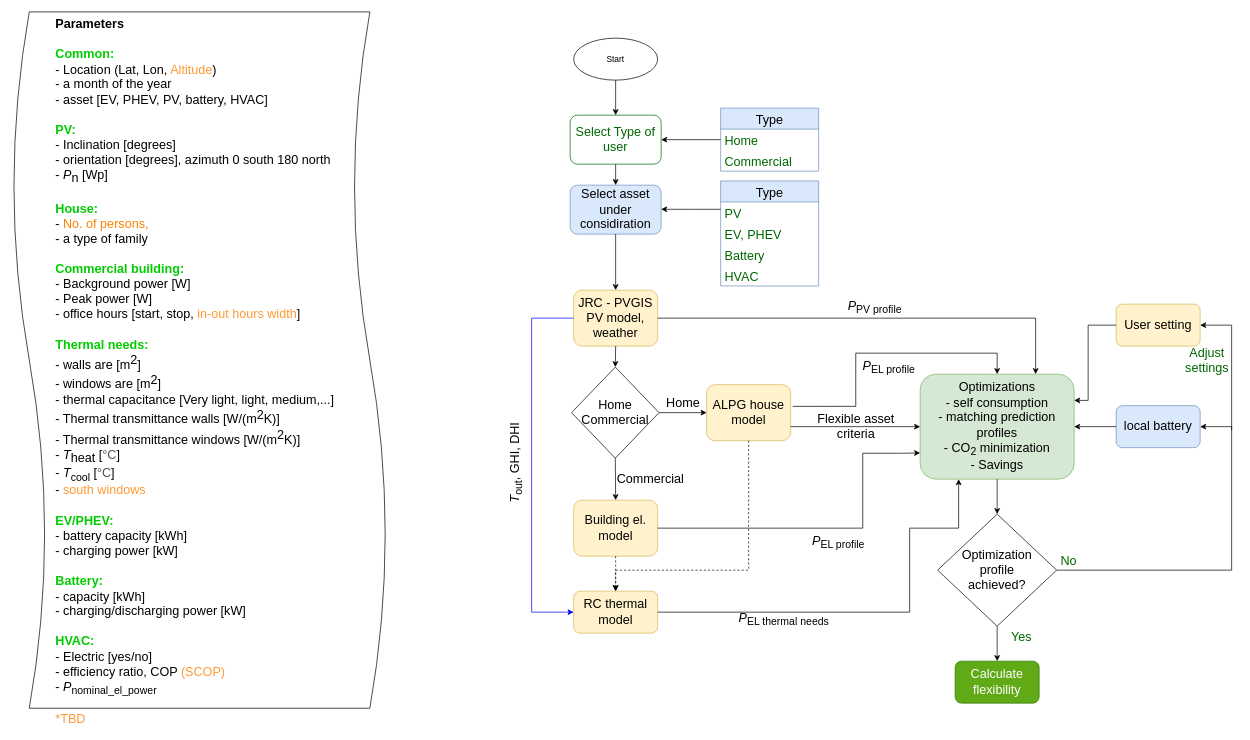
MATRYCS/S2.1_FlexibilityCalculator keeps this draw.io diagram as page "Program flow - final" (4 of 6) of catalogues.drawio. Above is the earlier version. Source tidied: cells renumbered, new cells numbered last; positions are measured from the earlier drawing's top-left corner, leaving out a move shared by most shapes. Both pictures are drawn from the tidied source at 70%, with x=0, y=0 at pixel (-149, 38).
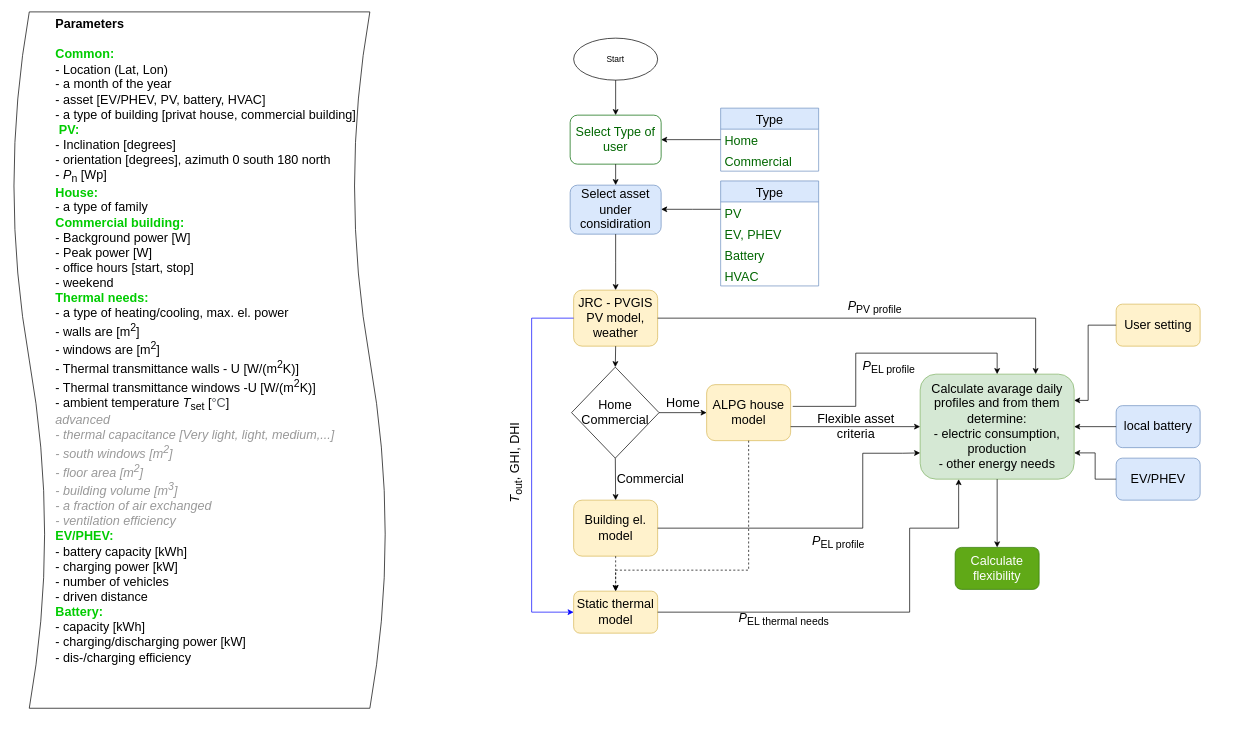
After the change.

Commit message (it also covers changes not shown here):
- fixed bugs - finalisedd the UI and flexibility calculation according to building type - readme enhanced and figures redrawn to reflect the latest version of software

Unchanged cells that the change refers to:
```xml
<mxCell id="6" value="local battery" style="rounded=1;whiteSpace=wrap;html=1;fontSize=18;strokeColor=#6c8ebf;fillColor=#dae8fc;" parent="1" vertex="1">
  <mxGeometry x="1807" y="525" width="120" height="60" as="geometry" />
</mxCell>
<mxCell id="20" value="User setting" style="rounded=1;whiteSpace=wrap;html=1;fontSize=18;strokeColor=#d6b656;fillColor=#fff2cc;" parent="1" vertex="1">
  <mxGeometry x="1807" y="380" width="120" height="60" as="geometry" />
</mxCell>
```

Diff of the diagram source:
```diff
@@
-    <mxCell id="5" value="Optimizations&lt;br&gt;- self consumption&lt;br&gt;- matching prediction profiles&lt;br&gt;- CO&lt;sub&gt;2&lt;/sub&gt; minimization&lt;br&gt;- Savings" style="rounded=1;whiteSpace=wrap;html=1;fontSize=18;strokeColor=#82b366;fillColor=#d5e8d4;" parent="1" vertex="1">
+    <mxCell id="5" value="Calculate avarage daily profiles and from them determine:&lt;br&gt;- electric consumption, production &lt;br&gt;- other energy needs&lt;br&gt;" style="rounded=1;whiteSpace=wrap;html=1;fontSize=18;strokeColor=#82b366;fillColor=#d5e8d4;" parent="1" vertex="1">
       <mxGeometry x="1527" y="480" width="220" height="150" as="geometry" />
     </mxCell>
@@
-    <mxCell id="14" value="Optimization &lt;br&gt;profile&lt;br&gt;achieved?" style="rhombus;whiteSpace=wrap;html=1;fontSize=18;" parent="1" vertex="1">
-      <mxGeometry x="1552" y="680" width="170" height="160" as="geometry" />
-    </mxCell>
-    <mxCell id="15" style="endArrow=classic;html=1;rounded=0;labelBackgroundColor=none;fontSize=18;fontColor=#006600;exitX=0.5;exitY=1;exitDx=0;exitDy=0;entryX=0.5;entryY=0;entryDx=0;entryDy=0;" parent="1" edge="1" source="5" target="14">
+    <mxCell id="15" style="endArrow=classic;html=1;rounded=0;labelBackgroundColor=none;fontSize=18;fontColor=#006600;exitX=0.5;exitY=1;exitDx=0;exitDy=0;entryX=0.5;entryY=0;entryDx=0;entryDy=0;" parent="1" edge="1" source="5" target="45">
       <mxGeometry relative="1" as="geometry" />
     </mxCell>
-    <mxCell id="16" value="Yes" style="text;html=1;strokeColor=none;fillColor=none;align=center;verticalAlign=middle;whiteSpace=wrap;rounded=0;fontSize=18;fontColor=#006600;" parent="1" vertex="1">
-      <mxGeometry x="1642" y="840" width="60" height="30" as="geometry" />
-    </mxCell>
-    <mxCell id="17" value="No" style="text;strokeColor=none;fillColor=none;align=left;verticalAlign=middle;spacingLeft=4;spacingRight=4;overflow=hidden;fontSize=18;fontColor=#006600;" parent="1" vertex="1">
-      <mxGeometry x="1722" y="730" width="80" height="30" as="geometry" />
-    </mxCell>
-    <mxCell id="18" style="endArrow=classic;html=1;rounded=0;labelBackgroundColor=none;fontSize=18;fontColor=#006600;entryX=1;entryY=0.5;entryDx=0;entryDy=0;edgeStyle=orthogonalEdgeStyle;exitX=1;exitY=0.5;exitDx=0;exitDy=0;" parent="1" edge="1" source="14" target="6">
-      <mxGeometry relative="1" as="geometry">
-        <Array as="points">
-          <mxPoint x="1972" y="760" />
-          <mxPoint x="1972" y="555" />
-        </Array>
-      </mxGeometry>
-    </mxCell>
-    <mxCell id="19" value="Adjust settings" style="text;html=1;strokeColor=none;fillColor=none;align=center;verticalAlign=middle;whiteSpace=wrap;rounded=0;fontSize=18;fontColor=#006600;" parent="1" vertex="1">
-      <mxGeometry x="1907" y="446" width="60" height="30" as="geometry" />
-    </mxCell>
@@
-    <mxCell id="22" style="endArrow=classic;html=1;rounded=0;labelBackgroundColor=none;fontSize=18;fontColor=#006600;entryX=1;entryY=0.5;entryDx=0;entryDy=0;edgeStyle=orthogonalEdgeStyle;" parent="1" edge="1" target="20">
-      <mxGeometry relative="1" as="geometry">
-        <mxPoint x="1972" y="560" as="sourcePoint" />
-        <Array as="points">
-          <mxPoint x="1972" y="550" />
-          <mxPoint x="1972" y="410" />
-        </Array>
-      </mxGeometry>
-    </mxCell>
-    <mxCell id="23" value="&lt;font style=&quot;&quot;&gt;&lt;b style=&quot;font-size: 18px;&quot;&gt;Parameters&lt;/b&gt;&lt;br&gt;&lt;br&gt;&lt;font style=&quot;font-size: 18px; font-weight: bold;&quot; color=&quot;#00cc00&quot;&gt;Common:&lt;br&gt;&lt;/font&gt;- Location (Lat, Lon, &lt;font style=&quot;font-size: 18px;&quot; color=&quot;#ff9933&quot;&gt;Altitude&lt;/font&gt;)&lt;br&gt;- a month of the year&lt;br&gt;- asset [EV, PHEV, PV, battery, HVAC]&amp;nbsp;&lt;br&gt;&amp;nbsp;&lt;br&gt;&lt;font style=&quot;font-size: 18px; font-weight: bold;&quot; color=&quot;#00cc00&quot;&gt;PV:&lt;br&gt;&lt;/font&gt;- Inclination [degrees]&lt;br&gt;- orientation [degrees], azimuth 0 south 180 north&lt;br&gt;- &lt;i style=&quot;font-size: 18px;&quot;&gt;P&lt;/i&gt;&lt;sub style=&quot;font-size: 18px;&quot;&gt;n&lt;/sub&gt; [Wp]&amp;nbsp;&lt;br&gt;&lt;br&gt;&lt;font style=&quot;font-size: 18px; font-weight: bold;&quot; color=&quot;#00cc00&quot;&gt;House:&lt;br&gt;&lt;/font&gt;- &lt;font color=&quot;#ff8000&quot;&gt;No. of persons, &lt;/font&gt;&lt;br&gt;- a type of family&lt;br&gt;&lt;br&gt;&lt;font style=&quot;font-size: 18px; font-weight: bold;&quot; color=&quot;#00cc00&quot;&gt;Commercial building:&lt;br&gt;&lt;/font&gt;- Background power [W]&lt;br&gt;- Peak power [W]&lt;br&gt;- office hours [start, stop, &lt;font style=&quot;font-size: 18px;&quot; color=&quot;#ff9933&quot;&gt;in-out hours width&lt;/font&gt;]&amp;nbsp;&lt;br&gt;&lt;br&gt;&lt;font style=&quot;font-size: 18px; font-weight: bold;&quot; color=&quot;#00cc00&quot;&gt;Thermal needs:&lt;br&gt;&lt;/font&gt;- walls are [m&lt;sup style=&quot;font-size: 18px;&quot;&gt;2&lt;/sup&gt;]&lt;br&gt;- windows are [m&lt;sup style=&quot;font-size: 18px;&quot;&gt;2&lt;/sup&gt;]&lt;br&gt;- thermal capacitance [Very light, light, medium,...]&lt;br&gt;- Thermal transmittance walls [W/(m&lt;sup style=&quot;font-size: 18px;&quot;&gt;2&lt;/sup&gt;K)]&lt;br&gt;- Thermal transmittance windows [W/(m&lt;sup style=&quot;font-size: 18px;&quot;&gt;2&lt;/sup&gt;K)]&lt;br&gt;- &lt;i&gt;T&lt;/i&gt;&lt;sub style=&quot;font-size: 18px;&quot;&gt;heat&lt;/sub&gt;&amp;nbsp;[&lt;span style=&quot;color: rgb(77, 81, 86); font-family: arial, sans-serif;&quot;&gt;&lt;font style=&quot;font-size: 18px;&quot;&gt;°C&lt;/font&gt;&lt;/span&gt;]&lt;br&gt;- &lt;i&gt;T&lt;/i&gt;&lt;sub&gt;cool&lt;/sub&gt;&amp;nbsp;[&lt;span style=&quot;color: rgb(77, 81, 86); font-family: arial, sans-serif;&quot;&gt;°C&lt;/span&gt;]&lt;br&gt;- &lt;font style=&quot;font-size: 18px;&quot; color=&quot;#ff9933&quot;&gt;south windows&lt;br&gt;&lt;/font&gt;&lt;br&gt;&lt;font style=&quot;font-size: 18px; font-weight: bold;&quot; color=&quot;#00cc00&quot;&gt;EV/PHEV:&lt;br&gt;&lt;/font&gt;- battery capacity [kWh]&lt;br&gt;- charging power [kW]&lt;br&gt;&lt;br&gt;&lt;font style=&quot;font-size: 18px; font-weight: bold;&quot; color=&quot;#00cc00&quot;&gt;Battery:&lt;br&gt;&lt;/font&gt;- capacity [kWh]&lt;br&gt;- charging/discharging power [kW]&lt;br&gt;&lt;br&gt;&lt;font style=&quot;font-size: 18px; font-weight: bold;&quot; color=&quot;#00cc00&quot;&gt;HVAC:&lt;br&gt;&lt;/font&gt;- Electric [yes/no]&lt;br&gt;- efficiency ratio, COP &lt;font style=&quot;font-size: 18px;&quot;&gt;&lt;font color=&quot;#ff9933&quot;&gt;(SCOP)&lt;/font&gt;&lt;br&gt;- &lt;/font&gt;&lt;font style=&quot;font-size: 18px;&quot;&gt;&lt;i&gt;P&lt;/i&gt;&lt;sub&gt;nominal_el_power&lt;/sub&gt;&lt;br&gt;&lt;/font&gt;&lt;br&gt;&lt;font color=&quot;#ff9933&quot;&gt;*TBD&lt;/font&gt;&lt;br&gt;&lt;/font&gt;" style="shape=tape;whiteSpace=wrap;html=1;rotation=90;size=0.09090909090909091;align=left;verticalAlign=top;horizontal=0;fontSize=18;spacingLeft=60;" parent="1" vertex="1">
+    <mxCell id="23" value="&lt;font style=&quot;font-size: 18px;&quot;&gt;&lt;b style=&quot;&quot;&gt;Parameters&lt;br&gt;&lt;/b&gt;&lt;br&gt;&lt;font style=&quot;font-size: 18px; font-weight: bold;&quot; color=&quot;#00cc00&quot;&gt;Common:&lt;br&gt;&lt;/font&gt;- Location (Lat, Lon)&lt;br&gt;- a month of the year&lt;br&gt;- asset [EV/PHEV, PV, battery, HVAC]&lt;br&gt;- a type of building [privat house, commercial building]&amp;nbsp;&lt;br&gt;&amp;nbsp;&lt;font style=&quot;font-size: 18px; font-weight: bold;&quot; color=&quot;#00cc00&quot;&gt;PV:&lt;br&gt;&lt;/font&gt;- Inclination [degrees]&lt;br&gt;- orientation [degrees], azimuth 0 south 180 north&lt;br&gt;- &lt;i style=&quot;&quot;&gt;P&lt;/i&gt;&lt;sub style=&quot;&quot;&gt;n&lt;/sub&gt; [Wp]&amp;nbsp;&lt;br&gt;&lt;font style=&quot;font-size: 18px; font-weight: bold;&quot; color=&quot;#00cc00&quot;&gt;House:&lt;/font&gt;&lt;br&gt;- a type of family&lt;br&gt;&lt;font style=&quot;font-size: 18px; font-weight: bold;&quot; color=&quot;#00cc00&quot;&gt;Commercial building:&lt;br&gt;&lt;/font&gt;- Background power [W]&lt;br&gt;- Peak power [W]&lt;br&gt;- office hours [start, stop]&lt;br&gt;- weekend&amp;nbsp;&lt;br&gt;&lt;font style=&quot;font-size: 18px;&quot;&gt;&lt;b style=&quot;color: rgb(0, 204, 0);&quot;&gt;Thermal needs:&lt;/b&gt;&lt;br&gt;- a type of heating/cooling, max. el. power&lt;br&gt;&lt;/font&gt;- walls are [m&lt;sup style=&quot;&quot;&gt;2&lt;/sup&gt;]&lt;br&gt;- windows are [m&lt;sup style=&quot;&quot;&gt;2&lt;/sup&gt;]&lt;br&gt;- Thermal transmittance walls - U [W/(m&lt;sup style=&quot;&quot;&gt;2&lt;/sup&gt;K)]&lt;br&gt;- Thermal transmittance windows -U [W/(m&lt;sup style=&quot;&quot;&gt;2&lt;/sup&gt;K)]&lt;br&gt;- ambient temperature&amp;nbsp;&lt;i&gt;T&lt;/i&gt;&lt;sub style=&quot;&quot;&gt;set&lt;/sub&gt;&amp;nbsp;[&lt;span style=&quot;color: rgb(77, 81, 86); font-family: arial, sans-serif;&quot;&gt;&lt;font style=&quot;font-size: 18px;&quot;&gt;°C&lt;/font&gt;&lt;/span&gt;]&lt;br&gt;&lt;font style=&quot;font-size: 18px;&quot; color=&quot;#999999&quot;&gt;&lt;i&gt;advanced&lt;br&gt;- thermal capacitance [Very light, light, medium,...]&lt;br&gt;- &lt;font style=&quot;font-size: 18px;&quot;&gt;south windows [m&lt;sup style=&quot;&quot;&gt;2&lt;/sup&gt;]&lt;br&gt;-&amp;nbsp;floor area [m&lt;sup style=&quot;&quot;&gt;2&lt;/sup&gt;]&lt;br&gt;-&amp;nbsp;building volume [m&lt;sup style=&quot;&quot;&gt;3&lt;/sup&gt;]&lt;br&gt;&lt;/font&gt;- a fraction of air exchanged&lt;br&gt;- ventilation efficiency&lt;/i&gt;&lt;/font&gt;&lt;br&gt;&lt;font style=&quot;font-size: 18px; font-weight: bold;&quot; color=&quot;#00cc00&quot;&gt;EV/PHEV:&lt;br&gt;&lt;/font&gt;- battery capacity [kWh]&lt;br&gt;- charging power [kW]&lt;br&gt;- number of vehicles&lt;br&gt;- driven distance&lt;br&gt;&lt;font style=&quot;font-size: 18px; font-weight: bold;&quot; color=&quot;#00cc00&quot;&gt;Battery:&lt;br&gt;&lt;/font&gt;- capacity [kWh]&lt;br&gt;- charging/discharging power [kW]&lt;br&gt;- dis-/charging efficiency&lt;br&gt;&lt;/font&gt;" style="shape=tape;whiteSpace=wrap;html=1;rotation=90;size=0.09090909090909091;align=left;verticalAlign=top;horizontal=0;fontSize=18;spacingLeft=60;" parent="1" vertex="1">
       <mxGeometry x="0.2" y="192.3" width="994.8" height="535.2" as="geometry" />
     </mxCell>
@@
-    <mxCell id="39" value="RC thermal model" style="rounded=1;whiteSpace=wrap;html=1;fontSize=18;strokeColor=#d6b656;fillColor=#fff2cc;" parent="1" vertex="1">
+    <mxCell id="39" value="Static thermal model" style="rounded=1;whiteSpace=wrap;html=1;fontSize=18;strokeColor=#d6b656;fillColor=#fff2cc;" parent="1" vertex="1">
       <mxGeometry x="1032" y="790" width="120" height="60" as="geometry" />
     </mxCell>
@@
-    <mxCell id="44" style="endArrow=classic;html=1;rounded=0;labelBackgroundColor=none;fontSize=18;exitX=0.5;exitY=1;exitDx=0;exitDy=0;entryX=0.5;entryY=0;entryDx=0;entryDy=0;" parent="1" edge="1" source="14" target="45">
-      <mxGeometry relative="1" as="geometry" />
-    </mxCell>
     <mxCell id="45" value="Calculate&lt;br&gt;flexibility" style="rounded=1;whiteSpace=wrap;html=1;fontSize=18;fillColor=#60a917;fontColor=#ffffff;strokeColor=#2D7600;" parent="1" vertex="1">
-      <mxGeometry x="1577" y="890" width="120" height="60" as="geometry" />
+      <mxGeometry x="1577" y="727.5" width="120" height="60" as="geometry" />
     </mxCell>
@@
+    <mxCell id="49" value="EV/PHEV" style="rounded=1;whiteSpace=wrap;html=1;fontSize=18;strokeColor=#6c8ebf;fillColor=#dae8fc;" parent="1" vertex="1">
+      <mxGeometry x="1807" y="600" width="120" height="60" as="geometry" />
+    </mxCell>
+    <mxCell id="50" style="endArrow=classic;html=1;rounded=0;fontSize=18;fontColor=#999999;exitX=0;exitY=0.5;exitDx=0;exitDy=0;entryX=1;entryY=0.75;entryDx=0;entryDy=0;edgeStyle=orthogonalEdgeStyle;" parent="1" edge="1" source="49" target="5">
+      <mxGeometry relative="1" as="geometry" />
+    </mxCell>
```
